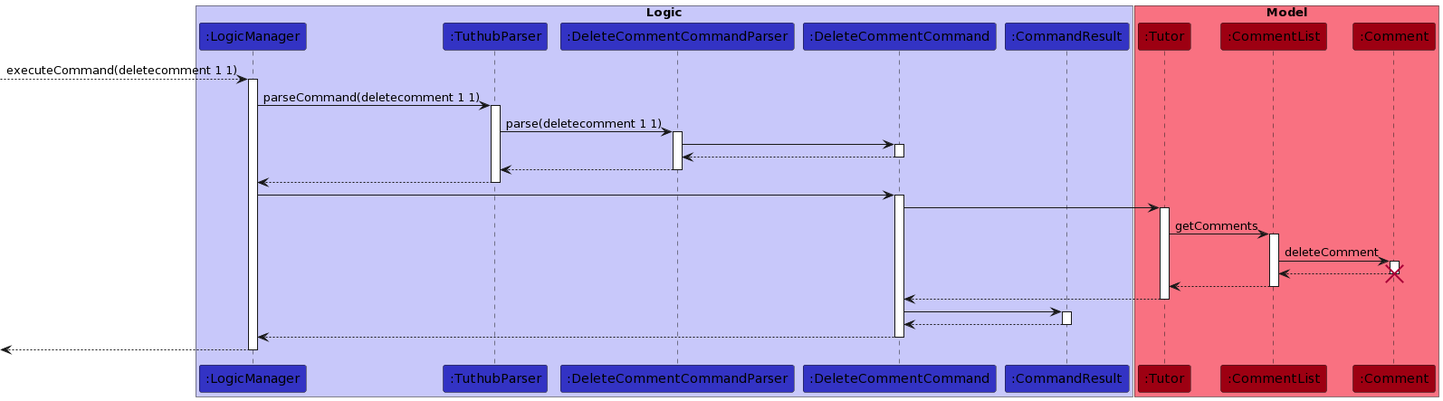
nus-cs2103-AY2223S1/tp keeps this PlantUML diagram as docs/images/DeleteCommentSequenceDiagram.png. Above is the earlier version. The source it was exported from:
```plantuml
@startuml
!define UI_COLOR #1D8900
!define UI_COLOR_T1 #83E769
!define UI_COLOR_T2 #3FC71B
!define UI_COLOR_T3 #166800
!define UI_COLOR_T4 #0E4100

!define LOGIC_COLOR #3333C4
!define LOGIC_COLOR_T1 #C8C8FA
!define LOGIC_COLOR_T2 #6A6ADC
!define LOGIC_COLOR_T3 #1616B0
!define LOGIC_COLOR_T4 #101086

!define MODEL_COLOR #9D0012
!define MODEL_COLOR_T1 #F97181
!define MODEL_COLOR_T2 #E41F36
!define MODEL_COLOR_T3 #7B000E
!define MODEL_COLOR_T4 #51000A

!define STORAGE_COLOR #A38300
!define STORAGE_COLOR_T1 #FFE374
!define STORAGE_COLOR_T2 #EDC520
!define STORAGE_COLOR_T3 #806600
!define STORAGE_COLOR_T2 #544400

box "Logic" LOGIC_COLOR_T1
participant ":LogicManager" as logic LOGIC_COLOR
participant ":TuthubParser" as parser LOGIC_COLOR
participant ":DeleteCommentCommandParser" as dccp LOGIC_COLOR
participant ":DeleteCommentCommand" as deletecomment LOGIC_COLOR
participant ":CommandResult" as result LOGIC_COLOR
end box

box "Model" MODEL_COLOR_T1
participant ":Tutor" as tutor MODEL_COLOR
participant ":CommentList" as comments MODEL_COLOR
participant ":Comment" as comment MODEL_COLOR
end box

--> logic: executeCommand(deletecomment 1 1)
activate logic
logic -> parser: parseCommand(deletecomment 1 1)
activate parser
parser -> dccp: parse(deletecomment 1 1)
activate dccp
dccp -> deletecomment
activate deletecomment
deletecomment --> dccp
deactivate deletecomment
dccp --> parser
deactivate dccp
parser --> logic
deactivate parser
logic -> deletecomment
activate deletecomment
deletecomment -> tutor
activate tutor
tutor -> comments: getComments
activate comments
comments -> comment :deleteComment
activate comment
comment --> comments
destroy comment
comments --> tutor
deactivate comments
tutor --> deletecomment
deactivate tutor
deletecomment -> result
activate result
result --> deletecomment
deactivate result
deletecomment --> logic
deactivate deletecomment
<-- logic
deactivate logic
@enduml
```
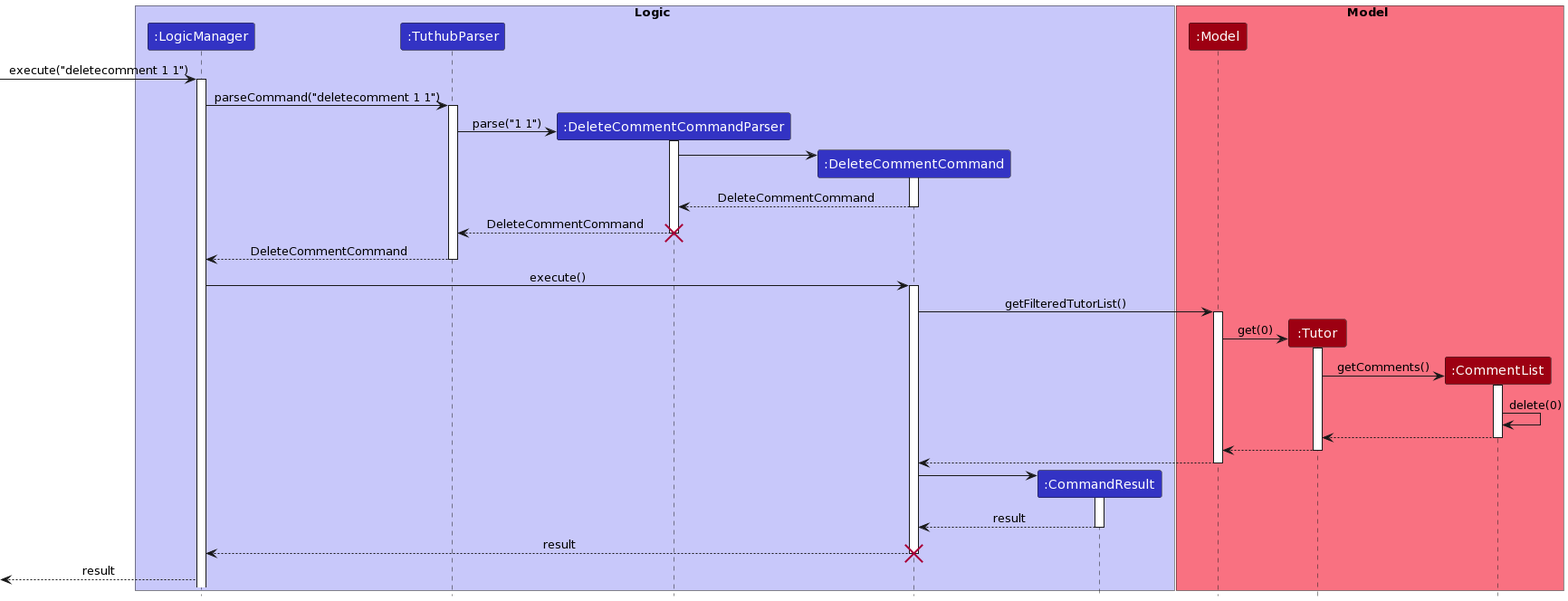
Above is the later version.

The edit, as a diff of the source:
```diff
@@ -23,54 +23,118 @@
 !define STORAGE_COLOR_T3 #806600
 !define STORAGE_COLOR_T2 #544400
 
-box "Logic" LOGIC_COLOR_T1
+!define USER_COLOR #000000
+
+skinparam BackgroundColor #FFFFFFF
+
+skinparam Shadowing false
+
+skinparam Class {
+    FontColor #FFFFFF
+    BorderThickness 1
+    BorderColor #FFFFFF
+    StereotypeFontColor #FFFFFF
+    FontName Arial
+}
+
+skinparam Actor {
+    BorderColor USER_COLOR
+    Color USER_COLOR
+    FontName Arial
+}
+
+skinparam Sequence {
+    MessageAlign center
+    BoxFontSize 15
+    BoxPadding 0
+    BoxFontColor #FFFFFF
+    FontName Arial
+}
+
+skinparam Participant {
+    FontColor #FFFFFFF
+    Padding 20
+}
+
+skinparam MinClassWidth 50
+skinparam ParticipantPadding 10
+skinparam Shadowing false
+skinparam DefaultTextAlignment center
+skinparam packageStyle Rectangle
+
+hide footbox
+hide members
+hide circle
+box Logic LOGIC_COLOR_T1
 participant ":LogicManager" as logic LOGIC_COLOR
 participant ":TuthubParser" as parser LOGIC_COLOR
-participant ":DeleteCommentCommandParser" as dccp LOGIC_COLOR
-participant ":DeleteCommentCommand" as deletecomment LOGIC_COLOR
+participant ":DeleteCommentCommandParser" as dcp LOGIC_COLOR
+participant ":DeleteCommentCommand" as dcc LOGIC_COLOR
 participant ":CommandResult" as result LOGIC_COLOR
 end box
 
-box "Model" MODEL_COLOR_T1
+box Model MODEL_COLOR_T1
+participant ":Model" as model MODEL_COLOR
 participant ":Tutor" as tutor MODEL_COLOR
 participant ":CommentList" as comments MODEL_COLOR
-participant ":Comment" as comment MODEL_COLOR
 end box
 
---> logic: executeCommand(deletecomment 1 1)
+[-> logic: execute("deletecomment 1 1")
+
 activate logic
-logic -> parser: parseCommand(deletecomment 1 1)
+logic -> parser: parseCommand("deletecomment 1 1")
+
 activate parser
-parser -> dccp: parse(deletecomment 1 1)
-activate dccp
-dccp -> deletecomment
-activate deletecomment
-deletecomment --> dccp
-deactivate deletecomment
-dccp --> parser
-deactivate dccp
-parser --> logic
+create dcp
+parser -> dcp: parse("1 1")
+
+activate dcp
+create dcc
+dcp -> dcc
+
+activate dcc
+dcc --> dcp: DeleteCommentCommand
+deactivate dcc
+
+dcp --> parser: DeleteCommentCommand
+destroy dcp
+
+parser --> logic: DeleteCommentCommand
 deactivate parser
-logic -> deletecomment
-activate deletecomment
-deletecomment -> tutor
+
+logic -> dcc: execute()
+activate dcc
+dcc -> model :getFilteredTutorList()
+
+activate model
+create tutor
+model -> tutor: get(0)
+
 activate tutor
-tutor -> comments: getComments
+create comments
+tutor -> comments: getComments()
+
 activate comments
-comments -> comment :deleteComment
-activate comment
-comment --> comments
-destroy comment
+comments -> comments: delete(0)
+
 comments --> tutor
 deactivate comments
-tutor --> deletecomment
+
+tutor --> model
 deactivate tutor
-deletecomment -> result
+
+model --> dcc
+deactivate model
+
+create result
+dcc -> result
+
 activate result
-result --> deletecomment
+result --> dcc: result
 deactivate result
-deletecomment --> logic
-deactivate deletecomment
-<-- logic
-deactivate logic
+
+dcc --> logic: result
+destroy dcc
+
+[<-- logic: result
 @enduml
```
